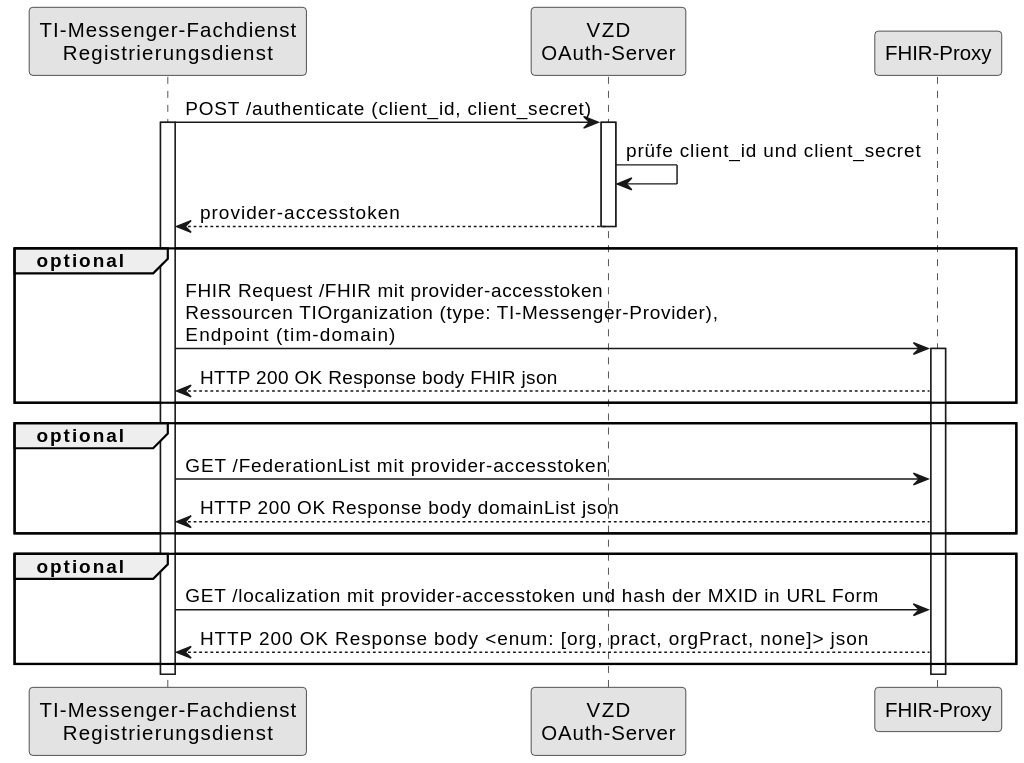
The PlantUML diagram images/diagrams/SequenceDiagram.FHIR-Directory.tim_provider_services.svg in gematik/api-vzd, before a commit.
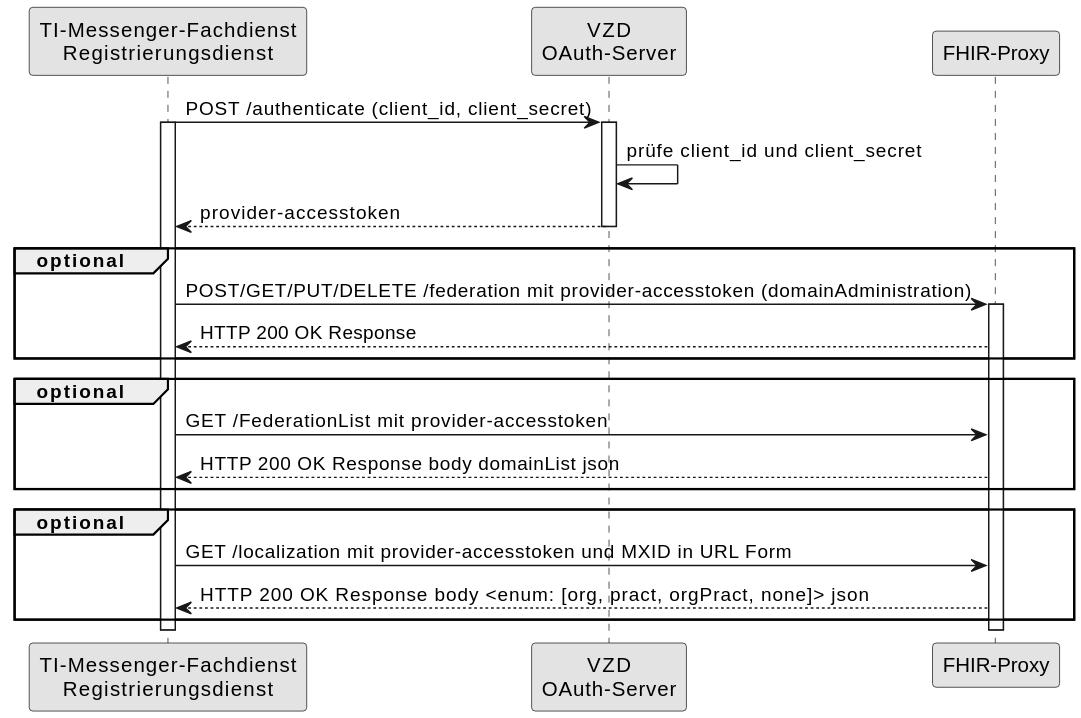
Above is the later version.

Commit message:
Commit from GitHub Actions (GeneratePlantumlImages)

What changed in the source:
```diff
@@ -14,16 +14,16 @@
 oa --> rd: provider-accesstoken
 deactivate oa
 group optional
-rd -> fp: FHIR Request /FHIR mit provider-accesstoken\nRessourcen TIOrganization (type: TI-Messenger-Provider),\nEndpoint (tim-domain)
+rd -> fp: POST/GET/PUT/DELETE /federation mit provider-accesstoken (domainAdministration)
 activate fp
-fp --> rd: HTTP 200 OK Response body FHIR json
+fp --> rd: HTTP 200 OK Response
 end
 group optional
 rd -> fp: GET /FederationList mit provider-accesstoken
 fp --> rd: HTTP 200 OK Response body domainList json
 end
 group optional
-rd -> fp: GET /localization mit provider-accesstoken und hash der MXID in URL Form
+rd -> fp: GET /localization mit provider-accesstoken und MXID in URL Form
 fp --> rd: HTTP 200 OK Response body <enum: [org, pract, orgPract, none]> json
 end
 
```
